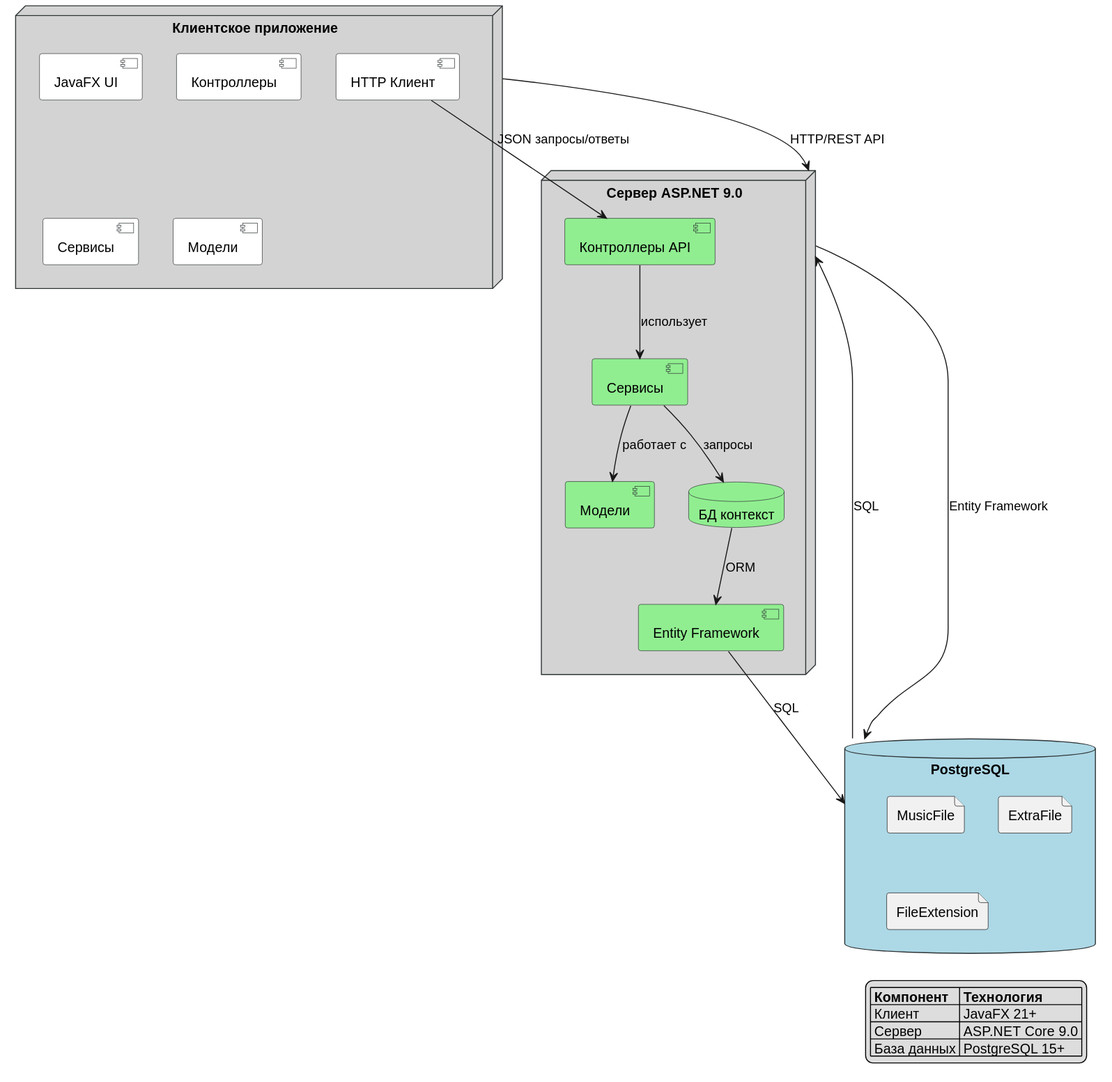
Above: Docs/Схема общая.svg in vaClev/MusicPlayer (PlantUML), before the change. The source it was exported from:
```plantuml
@startuml
!define RECTANGLE class

skinparam component {
  BackgroundColor White
  BorderColor #2E3436
}

skinparam database {
  BackgroundColor LightBlue
  BorderColor #2E3436
}

skinparam node {
  BackgroundColor LightGray
  BorderColor #2E3436
}

node "Клиентское приложение" as Client {
  component "JavaFX UI" as JavaFXUI
  component "Контроллеры" as Controllers
  component "Сервисы" as ClientServices
  component "Модели" as ClientModels
  component "HTTP Клиент" as HttpClient
}

database "PostgreSQL" as DB {
  file "MusicFile"
  file "ExtraFile"
  file "FileExtension"
}

node "Сервер ASP.NET 9.0" as Server {
  component "Контроллеры API" as APIControllers #LightGreen
  component "Сервисы" as ServerServices #LightGreen
  component "Модели" as ServerModels #LightGreen
  component "Entity Framework" as EF #LightGreen
  database "БД контекст" as DbContext #LightGreen
}

Client -right-> Server : "HTTP/REST API"
Server -down-> DB : "Entity Framework"
DB -up-> Server : "SQL"

HttpClient --> APIControllers : "JSON запросы/ответы"
APIControllers --> ServerServices : "использует"
ServerServices --> ServerModels : "работает с"
ServerServices --> DbContext : "запросы"
DbContext --> EF : "ORM"
EF --> DB : "SQL"

legend right
  |= Компонент |= Технология |
  | Клиент | JavaFX 21+ |
  | Сервер | ASP.NET Core 9.0 |
  | База данных | PostgreSQL 15+ |
end legend
@enduml
```
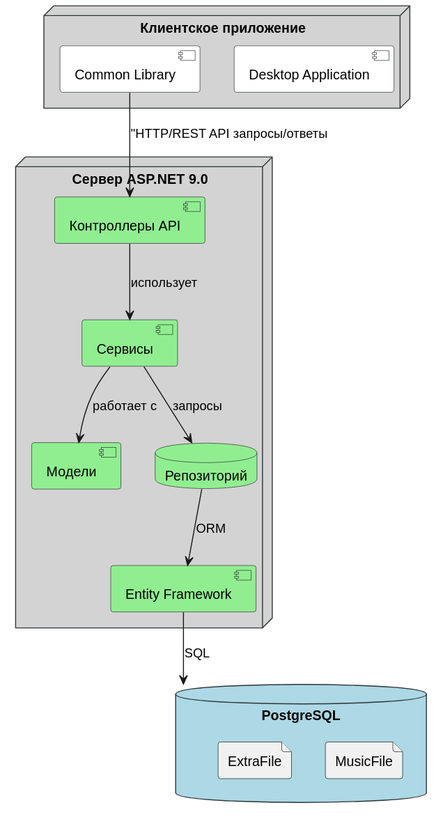
Above is the later version.

Commit message:
правки в общей схеме

Change to the diagram source:
```diff
@@ -17,17 +17,13 @@
 }
 
 node "Клиентское приложение" as Client {
-  component "JavaFX UI" as JavaFXUI
-  component "Контроллеры" as Controllers
-  component "Сервисы" as ClientServices
-  component "Модели" as ClientModels
-  component "HTTP Клиент" as HttpClient
+  component "Desktop Application" as JavaFXUI
+  component "Common Library" as CommonLibrary
 }
 
 database "PostgreSQL" as DB {
   file "MusicFile"
   file "ExtraFile"
-  file "FileExtension"
 }
 
 node "Сервер ASP.NET 9.0" as Server {
@@ -35,24 +31,14 @@
   component "Сервисы" as ServerServices #LightGreen
   component "Модели" as ServerModels #LightGreen
   component "Entity Framework" as EF #LightGreen
-  database "БД контекст" as DbContext #LightGreen
+  database "Репозиторий" as DbContext #LightGreen
 }
 
-Client -right-> Server : "HTTP/REST API"
-Server -down-> DB : "Entity Framework"
-DB -up-> Server : "SQL"
 
-HttpClient --> APIControllers : "JSON запросы/ответы"
+CommonLibrary --> APIControllers : ""HTTP/REST API запросы/ответы"
 APIControllers --> ServerServices : "использует"
 ServerServices --> ServerModels : "работает с"
 ServerServices --> DbContext : "запросы"
 DbContext --> EF : "ORM"
 EF --> DB : "SQL"
-
-legend right
-  |= Компонент |= Технология |
-  | Клиент | JavaFX 21+ |
-  | Сервер | ASP.NET Core 9.0 |
-  | База данных | PostgreSQL 15+ |
-end legend
 @enduml
```
